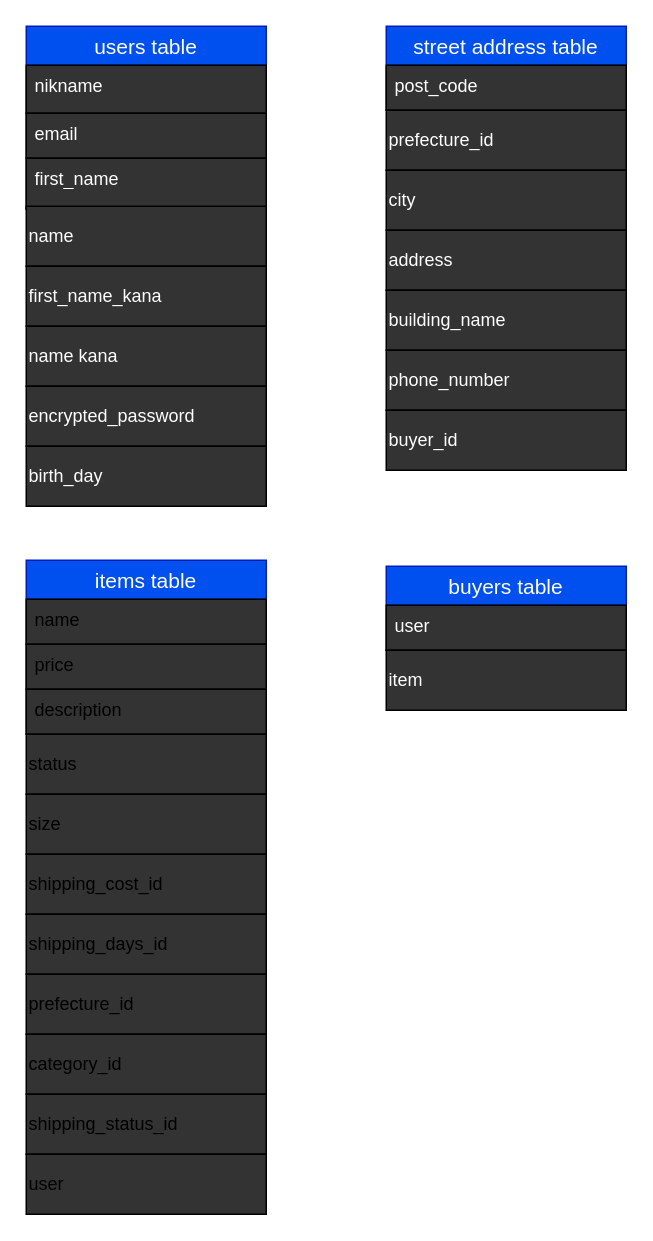
Above: db.dio in yosida0929/furima-31487 (draw.io), before the change. Source tidied: cells renumbered, new cells numbered last; positions are measured from the earlier drawing's top-left corner, leaving out a move shared by most shapes. Both pictures are drawn from the tidied source at 150%, with x=0, y=0 at pixel (26, 26).
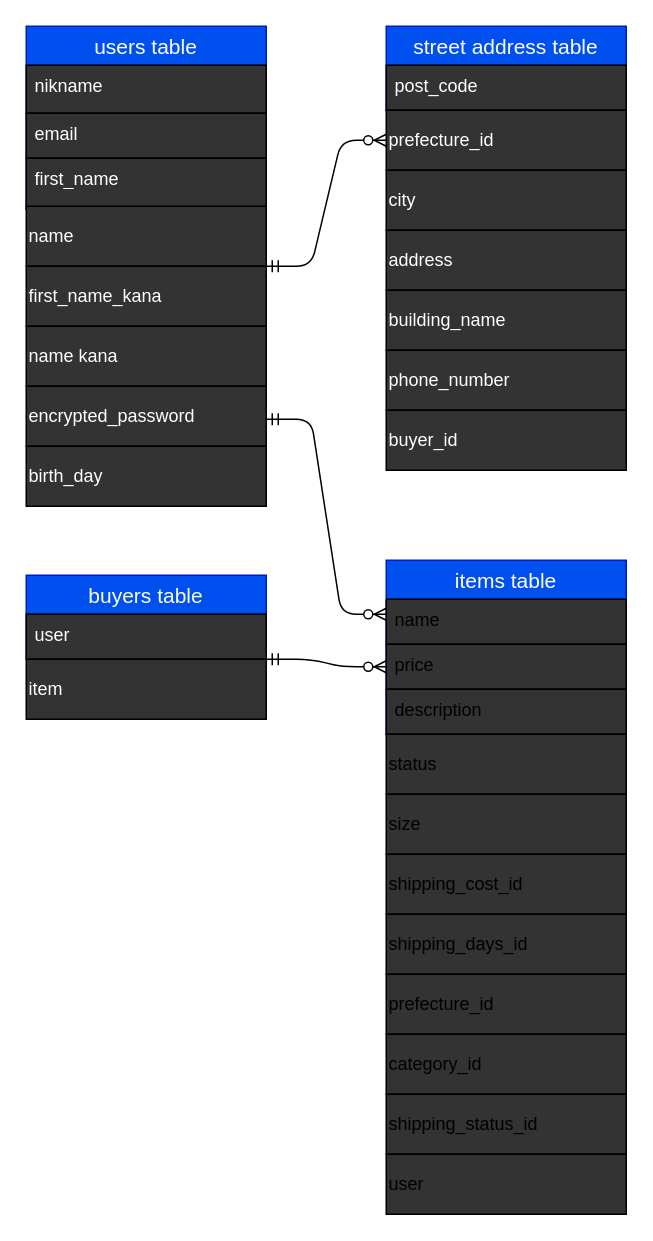
The same page after the edit.

Commit message (it also covers changes not shown here):
DB 設計 README ER図修正10

Unchanged cells that the change refers to:
```xml
<mxCell id="13" value="prefecture_id" style="whiteSpace=wrap;align=left;gradientColor=none;fillColor=#333333;strokeColor=#000000;fontColor=#FFFFFF;" parent="1" vertex="1">
  <mxGeometry x="240" y="56" width="160" height="40" as="geometry" />
</mxCell>
<mxCell id="21" value="price" style="text;spacingLeft=4;spacingRight=4;overflow=hidden;points=[[0,0.5],[1,0.5]];portConstraint=eastwest;fontSize=12;fillColor=#333333;strokeColor=#000000;" parent="19" vertex="1">
  <mxGeometry y="56" width="160" height="30" as="geometry" />
</mxCell>
```

Diff of the diagram source:
```diff
@@
     <mxCell id="19" value="items table" style="swimlane;fontStyle=0;horizontal=1;startSize=26;align=center;fontSize=14;fillColor=#0050ef;strokeColor=#001DBC;fontColor=#ffffff;" parent="1" vertex="1">
-      <mxGeometry y="356" width="160" height="116" as="geometry" />
+      <mxGeometry x="240" y="356" width="160" height="116" as="geometry" />
     </mxCell>
@@
     <mxCell id="23" value="status" style="whiteSpace=wrap;align=left;gradientColor=none;fillColor=#333333;strokeColor=#000000;" parent="1" vertex="1">
-      <mxGeometry y="472" width="160" height="40" as="geometry" />
+      <mxGeometry x="240" y="472" width="160" height="40" as="geometry" />
     </mxCell>
     <mxCell id="24" value="size" style="whiteSpace=wrap;align=left;gradientColor=none;fillColor=#333333;strokeColor=#000000;" parent="1" vertex="1">
-      <mxGeometry y="512" width="160" height="40" as="geometry" />
+      <mxGeometry x="240" y="512" width="160" height="40" as="geometry" />
     </mxCell>
     <mxCell id="25" value="shipping_cost_id" style="whiteSpace=wrap;align=left;gradientColor=none;fillColor=#333333;strokeColor=#000000;" parent="1" vertex="1">
-      <mxGeometry y="552" width="160" height="40" as="geometry" />
+      <mxGeometry x="240" y="552" width="160" height="40" as="geometry" />
     </mxCell>
     <mxCell id="26" value="shipping_days_id" style="whiteSpace=wrap;align=left;gradientColor=none;fillColor=#333333;strokeColor=#000000;" parent="1" vertex="1">
-      <mxGeometry y="592" width="160" height="40" as="geometry" />
+      <mxGeometry x="240" y="592" width="160" height="40" as="geometry" />
     </mxCell>
     <mxCell id="27" value="prefecture_id" style="whiteSpace=wrap;align=left;gradientColor=none;fillColor=#333333;strokeColor=#000000;" parent="1" vertex="1">
-      <mxGeometry y="632" width="160" height="40" as="geometry" />
+      <mxGeometry x="240" y="632" width="160" height="40" as="geometry" />
     </mxCell>
     <mxCell id="28" value="category_id" style="whiteSpace=wrap;align=left;gradientColor=none;fillColor=#333333;strokeColor=#000000;" parent="1" vertex="1">
-      <mxGeometry y="672" width="160" height="40" as="geometry" />
+      <mxGeometry x="240" y="672" width="160" height="40" as="geometry" />
     </mxCell>
     <mxCell id="29" value="shipping_status_id" style="whiteSpace=wrap;align=left;gradientColor=none;fillColor=#333333;strokeColor=#000000;" parent="1" vertex="1">
-      <mxGeometry y="712" width="160" height="40" as="geometry" />
+      <mxGeometry x="240" y="712" width="160" height="40" as="geometry" />
     </mxCell>
     <mxCell id="30" value="buyers table" style="swimlane;fontStyle=0;horizontal=1;startSize=26;align=center;fontSize=14;fillColor=#0050ef;strokeColor=#001DBC;fontColor=#ffffff;" parent="1" vertex="1">
-      <mxGeometry x="240" y="360" width="160" height="56" as="geometry" />
+      <mxGeometry y="366" width="160" height="56" as="geometry" />
     </mxCell>
@@
     <mxCell id="32" value="item" style="whiteSpace=wrap;align=left;gradientColor=none;fillColor=#333333;strokeColor=#000000;fontColor=#FFFFFF;" parent="1" vertex="1">
-      <mxGeometry x="240" y="416" width="160" height="40" as="geometry" />
+      <mxGeometry y="422" width="160" height="40" as="geometry" />
     </mxCell>
     <mxCell id="33" value="user" style="whiteSpace=wrap;align=left;gradientColor=none;fillColor=#333333;strokeColor=#000000;" parent="1" vertex="1">
-      <mxGeometry y="752" width="160" height="40" as="geometry" />
+      <mxGeometry x="240" y="752" width="160" height="40" as="geometry" />
     </mxCell>
+    <mxCell id="34" style="edgeStyle=entityRelationEdgeStyle;fontSize=12;html=1;endArrow=ERzeroToMany;startArrow=ERmandOne;entryX=0;entryY=0.5;entryDx=0;entryDy=0;" parent="1" edge="1" target="13">
+      <mxGeometry relative="1" as="geometry">
+        <mxPoint x="160" y="160" as="sourcePoint" />
+      </mxGeometry>
+    </mxCell>
+    <mxCell id="35" style="edgeStyle=entityRelationEdgeStyle;fontSize=12;html=1;endArrow=ERzeroToMany;startArrow=ERmandOne;entryX=0;entryY=0.5;entryDx=0;entryDy=0;" parent="1" edge="1" target="21">
+      <mxGeometry relative="1" as="geometry">
+        <mxPoint x="160" y="422" as="sourcePoint" />
+      </mxGeometry>
+    </mxCell>
+    <mxCell id="36" style="edgeStyle=entityRelationEdgeStyle;fontSize=12;html=1;endArrow=ERzeroToMany;startArrow=ERmandOne;" parent="1" edge="1">
+      <mxGeometry relative="1" as="geometry">
+        <mxPoint x="160" y="262" as="sourcePoint" />
+        <mxPoint x="240" y="392" as="targetPoint" />
+      </mxGeometry>
+    </mxCell>
```
